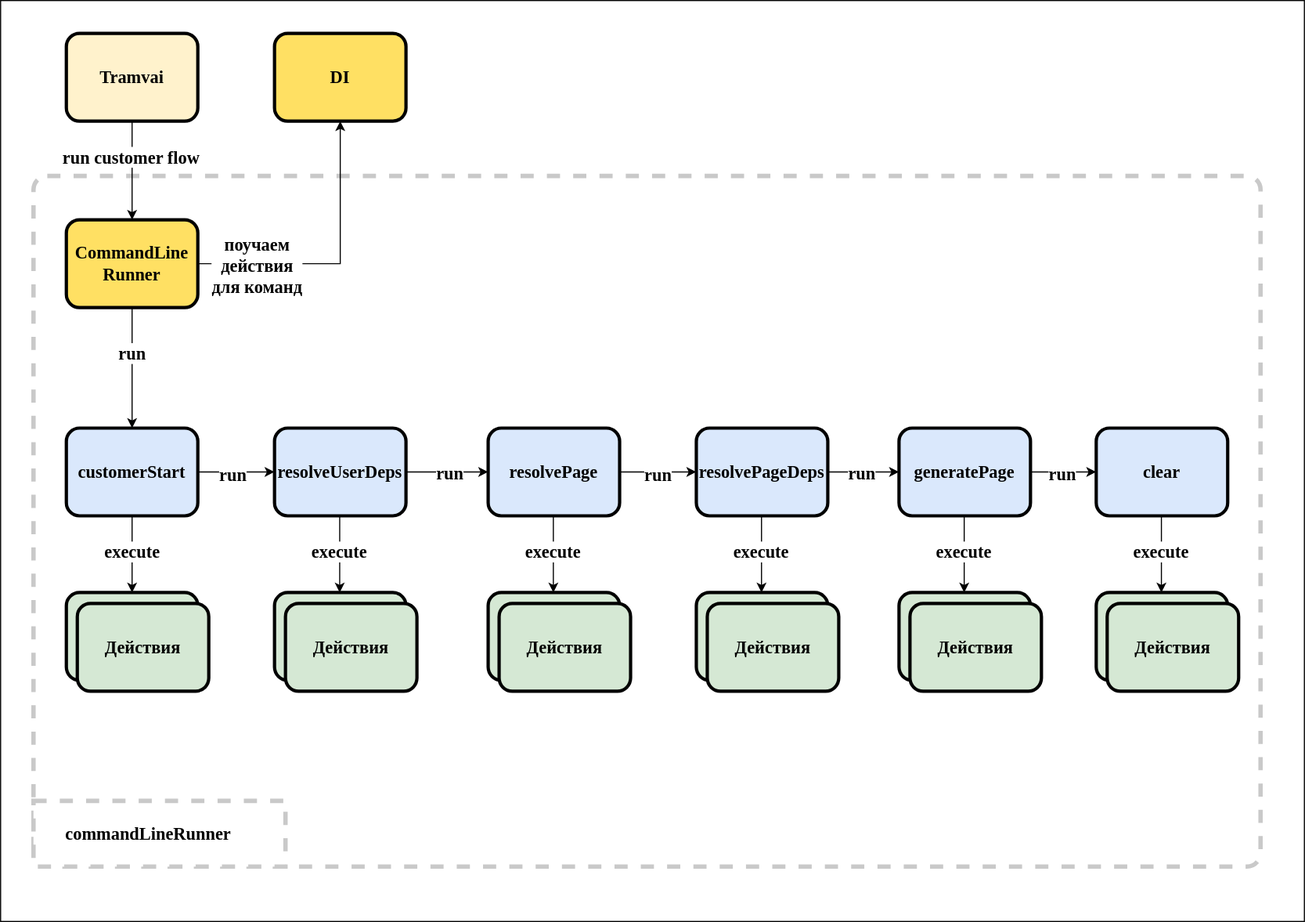
Before: tools/docSite/static/img/commands/customer-command.drawio.svg, a diagram exported from draw.io (Tinkoff/tramvai). Source tidied: cells renumbered, new cells last; positions are measured from the earlier drawing's top-left corner, leaving out a move shared by most shapes.
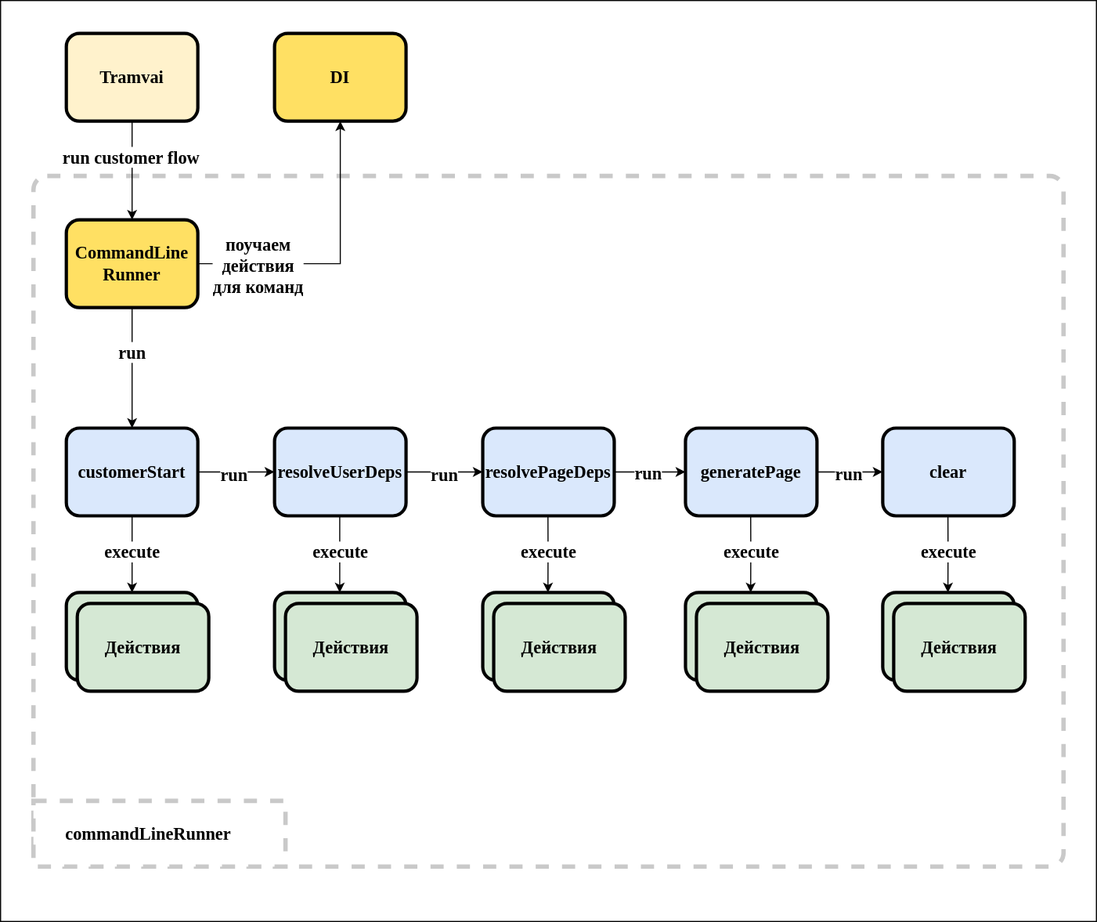
After the change.

The edit, as a diff of the source:
```diff
@@ -3,10 +3,10 @@
     <mxCell id="0" />
     <mxCell id="1" parent="0" />
     <mxCell id="2" style="rounded=0;whiteSpace=wrap;html=1;fontSize=16;fontStyle=1;fontFamily=Times New Roman;" parent="1" vertex="1">
-      <mxGeometry width="1190" height="840" as="geometry" />
+      <mxGeometry width="1000" height="840" as="geometry" />
     </mxCell>
     <mxCell id="3" style="rounded=1;whiteSpace=wrap;html=1;dashed=1;strokeWidth=4;strokeColor=#C9C9C9;arcSize=2;fontSize=16;fontStyle=1;fontFamily=Times New Roman;" parent="1" vertex="1">
-      <mxGeometry x="30" y="160" width="1120" height="630" as="geometry" />
+      <mxGeometry x="30" y="160" width="940" height="630" as="geometry" />
     </mxCell>
     <mxCell id="4" style="rounded=0;whiteSpace=wrap;html=1;dashed=1;strokeColor=#C9C9C9;strokeWidth=4;fontSize=16;fontStyle=1;fontFamily=Times New Roman;" parent="1" vertex="1">
       <mxGeometry x="30" y="730" width="230" height="60" as="geometry" />
@@ -66,24 +66,17 @@
     <mxCell id="19" value="customerStart" style="rounded=1;whiteSpace=wrap;html=1;strokeWidth=3;fontSize=16;fillColor=#dae8fc;fontStyle=1;fontFamily=Times New Roman;" parent="1" vertex="1">
       <mxGeometry x="60" y="390" width="120" height="80" as="geometry" />
     </mxCell>
-    <mxCell id="20" style="edgeStyle=orthogonalEdgeStyle;rounded=0;jettySize=auto;html=1;exitX=1;exitY=0.5;exitDx=0;exitDy=0;entryX=0;entryY=0.5;entryDx=0;entryDy=0;fontSize=16;fontColor=#000000;fontStyle=1;fontFamily=Times New Roman;" parent="1" edge="1" source="22" target="25">
-      <mxGeometry relative="1" as="geometry" />
-    </mxCell>
-    <mxCell id="21" value="run" style="edgeLabel;html=1;align=center;verticalAlign=middle;fontSize=16;fontColor=#000000;fontStyle=1;fontFamily=Times New Roman;" parent="20" vertex="1">
-      <mxGeometry x="0.05" relative="1" as="geometry" />
-    </mxCell>
     <mxCell id="22" value="resolveUserDeps" style="rounded=1;whiteSpace=wrap;html=1;strokeWidth=3;fontSize=16;fillColor=#dae8fc;fontStyle=1;fontFamily=Times New Roman;" parent="1" vertex="1">
       <mxGeometry x="250" y="390" width="120" height="80" as="geometry" />
     </mxCell>
-    <mxCell id="23" style="edgeStyle=orthogonalEdgeStyle;rounded=0;jettySize=auto;html=1;exitX=1;exitY=0.5;exitDx=0;exitDy=0;entryX=0;entryY=0.5;entryDx=0;entryDy=0;fontSize=16;fontColor=#000000;fontStyle=1;fontFamily=Times New Roman;" parent="1" edge="1" source="25" target="28">
-      <mxGeometry relative="1" as="geometry" />
+    <mxCell id="23" style="edgeStyle=orthogonalEdgeStyle;rounded=0;jettySize=auto;html=1;exitX=1;exitY=0.5;exitDx=0;exitDy=0;entryX=0;entryY=0.5;entryDx=0;entryDy=0;fontSize=16;fontColor=#000000;fontStyle=1;fontFamily=Times New Roman;" parent="1" edge="1" target="28">
+      <mxGeometry relative="1" as="geometry">
+        <mxPoint x="370" y="430" as="sourcePoint" />
+      </mxGeometry>
     </mxCell>
     <mxCell id="24" value="run" style="edgeLabel;html=1;align=center;verticalAlign=middle;fontSize=16;fontColor=#000000;fontStyle=1;fontFamily=Times New Roman;" parent="23" vertex="1">
       <mxGeometry x="-0.02" y="-2" relative="1" as="geometry" />
     </mxCell>
-    <mxCell id="25" value="resolvePage" style="rounded=1;whiteSpace=wrap;html=1;strokeWidth=3;fontSize=16;fillColor=#dae8fc;fontStyle=1;fontFamily=Times New Roman;" parent="1" vertex="1">
-      <mxGeometry x="445" y="390" width="120" height="80" as="geometry" />
-    </mxCell>
     <mxCell id="26" style="edgeStyle=orthogonalEdgeStyle;rounded=0;jettySize=auto;html=1;exitX=1;exitY=0.5;exitDx=0;exitDy=0;entryX=0;entryY=0.5;entryDx=0;entryDy=0;fontSize=16;fontColor=#000000;fontStyle=1;fontFamily=Times New Roman;" parent="1" edge="1" source="28" target="31">
       <mxGeometry relative="1" as="geometry" />
     </mxCell>
@@ -91,7 +84,7 @@
       <mxGeometry x="-0.07" relative="1" as="geometry" />
     </mxCell>
     <mxCell id="28" value="resolvePageDeps" style="rounded=1;whiteSpace=wrap;html=1;strokeWidth=3;fontSize=16;fillColor=#dae8fc;fontStyle=1;fontFamily=Times New Roman;" parent="1" vertex="1">
-      <mxGeometry x="635" y="390" width="120" height="80" as="geometry" />
+      <mxGeometry x="440" y="390" width="120" height="80" as="geometry" />
     </mxCell>
     <mxCell id="29" style="edgeStyle=orthogonalEdgeStyle;rounded=0;jettySize=auto;html=1;exitX=1;exitY=0.5;exitDx=0;exitDy=0;entryX=0;entryY=0.5;entryDx=0;entryDy=0;fontSize=16;fontColor=#000000;fontStyle=1;fontFamily=Times New Roman;" parent="1" edge="1" source="31" target="32">
       <mxGeometry relative="1" as="geometry" />
@@ -100,10 +93,10 @@
       <mxGeometry x="-0.08" y="-1" relative="1" as="geometry" />
     </mxCell>
     <mxCell id="31" value="generatePage" style="rounded=1;whiteSpace=wrap;html=1;strokeWidth=3;fontSize=16;fillColor=#dae8fc;fontStyle=1;fontFamily=Times New Roman;" parent="1" vertex="1">
-      <mxGeometry x="820" y="390" width="120" height="80" as="geometry" />
+      <mxGeometry x="625" y="390" width="120" height="80" as="geometry" />
     </mxCell>
     <mxCell id="32" value="clear" style="rounded=1;whiteSpace=wrap;html=1;strokeWidth=3;fontSize=16;fillColor=#dae8fc;fontStyle=1;fontFamily=Times New Roman;" parent="1" vertex="1">
-      <mxGeometry x="1000" y="390" width="120" height="80" as="geometry" />
+      <mxGeometry x="805" y="390" width="120" height="80" as="geometry" />
     </mxCell>
     <mxCell id="33" style="group;fontSize=16;fontStyle=1;fontFamily=Times New Roman;" parent="1" vertex="1">
       <mxGeometry x="60" y="540" width="130" height="90" as="geometry" />
@@ -124,7 +117,7 @@
       <mxGeometry x="10" y="10" width="120" height="80" as="geometry" />
     </mxCell>
     <mxCell id="39" style="group;fontSize=16;fontStyle=1;fontFamily=Times New Roman;" parent="1" vertex="1">
-      <mxGeometry x="635" y="540" width="130" height="90" as="geometry" />
+      <mxGeometry x="440" y="540" width="130" height="90" as="geometry" />
     </mxCell>
     <mxCell id="40" value="DI" style="rounded=1;whiteSpace=wrap;html=1;strokeWidth=3;fontSize=16;fillColor=#d5e8d4;fontStyle=1;fontFamily=Times New Roman;" parent="39" vertex="1">
       <mxGeometry width="120" height="80" as="geometry" />
@@ -133,7 +126,7 @@
       <mxGeometry x="10" y="10" width="120" height="80" as="geometry" />
     </mxCell>
     <mxCell id="42" style="group;fontSize=16;fontStyle=1;fontFamily=Times New Roman;" parent="1" vertex="1">
-      <mxGeometry x="820" y="540" width="130" height="90" as="geometry" />
+      <mxGeometry x="625" y="540" width="130" height="90" as="geometry" />
     </mxCell>
     <mxCell id="43" value="DI" style="rounded=1;whiteSpace=wrap;html=1;strokeWidth=3;fontSize=16;fillColor=#d5e8d4;fontStyle=1;fontFamily=Times New Roman;" parent="42" vertex="1">
       <mxGeometry width="120" height="80" as="geometry" />
@@ -142,7 +135,7 @@
       <mxGeometry x="10" y="10" width="120" height="80" as="geometry" />
     </mxCell>
     <mxCell id="45" style="group;fontSize=16;fontStyle=1;fontFamily=Times New Roman;" parent="1" vertex="1">
-      <mxGeometry x="1000" y="540" width="130" height="90" as="geometry" />
+      <mxGeometry x="805" y="540" width="130" height="90" as="geometry" />
     </mxCell>
     <mxCell id="46" value="DI" style="rounded=1;whiteSpace=wrap;html=1;strokeWidth=3;fontSize=16;fillColor=#d5e8d4;fontStyle=1;fontFamily=Times New Roman;" parent="45" vertex="1">
       <mxGeometry width="120" height="80" as="geometry" />
@@ -150,38 +143,16 @@
     <mxCell id="47" value="Действия" style="rounded=1;whiteSpace=wrap;html=1;strokeWidth=3;fontSize=16;fillColor=#d5e8d4;fontStyle=1;fontFamily=Times New Roman;" parent="45" vertex="1">
       <mxGeometry x="10" y="10" width="120" height="80" as="geometry" />
     </mxCell>
-    <mxCell id="48" style="group;fontSize=16;fontStyle=1;fontFamily=Times New Roman;" parent="1" vertex="1">
-      <mxGeometry x="445" y="540" width="130" height="90" as="geometry" />
-    </mxCell>
-    <mxCell id="49" value="DI" style="rounded=1;whiteSpace=wrap;html=1;strokeWidth=3;fontSize=16;fillColor=#d5e8d4;fontStyle=1;fontFamily=Times New Roman;" parent="48" vertex="1">
-      <mxGeometry width="120" height="80" as="geometry" />
-    </mxCell>
-    <mxCell id="50" value="Действия" style="rounded=1;whiteSpace=wrap;html=1;strokeWidth=3;fontSize=16;fillColor=#d5e8d4;fontStyle=1;fontFamily=Times New Roman;" parent="48" vertex="1">
-      <mxGeometry x="10" y="10" width="120" height="80" as="geometry" />
-    </mxCell>
     <mxCell id="51" style="edgeStyle=orthogonalEdgeStyle;rounded=0;orthogonalLoop=1;jettySize=auto;html=1;exitX=0.5;exitY=1;exitDx=0;exitDy=0;fontSize=16;fontColor=#000000;fontStyle=1;fontFamily=Times New Roman;" parent="1" edge="1" source="22" target="22">
       <mxGeometry relative="1" as="geometry" />
     </mxCell>
-    <mxCell id="52" style="edgeStyle=orthogonalEdgeStyle;rounded=0;orthogonalLoop=1;jettySize=auto;html=1;exitX=0.5;exitY=1;exitDx=0;exitDy=0;entryX=0.5;entryY=0;entryDx=0;entryDy=0;fontSize=16;fontColor=#000000;fontStyle=1;fontFamily=Times New Roman;" parent="1" edge="1">
-      <mxGeometry relative="1" as="geometry">
-        <mxPoint x="504.5" y="470" as="sourcePoint" />
-        <mxPoint x="504.5" y="540" as="targetPoint" />
-        <Array as="points">
-          <mxPoint x="504.5" y="500" />
-          <mxPoint x="504.5" y="500" />
-        </Array>
-      </mxGeometry>
-    </mxCell>
-    <mxCell id="53" value="execute" style="edgeLabel;html=1;align=center;verticalAlign=middle;fontSize=16;fontColor=#000000;fontStyle=1;fontFamily=Times New Roman;" parent="52" vertex="1">
-      <mxGeometry x="-0.1" y="-1" relative="1" as="geometry" />
-    </mxCell>
     <mxCell id="54" style="edgeStyle=orthogonalEdgeStyle;rounded=0;orthogonalLoop=1;jettySize=auto;html=1;exitX=0.5;exitY=1;exitDx=0;exitDy=0;entryX=0.5;entryY=0;entryDx=0;entryDy=0;fontSize=16;fontColor=#000000;fontStyle=1;fontFamily=Times New Roman;" parent="1" edge="1">
       <mxGeometry relative="1" as="geometry">
-        <mxPoint x="694.5" y="470" as="sourcePoint" />
-        <mxPoint x="694.5" y="540" as="targetPoint" />
+        <mxPoint x="499.5" y="470" as="sourcePoint" />
+        <mxPoint x="499.5" y="540" as="targetPoint" />
         <Array as="points">
-          <mxPoint x="694.5" y="500" />
-          <mxPoint x="694.5" y="500" />
+          <mxPoint x="499.5" y="500" />
+          <mxPoint x="499.5" y="500" />
         </Array>
       </mxGeometry>
     </mxCell>
@@ -190,11 +161,11 @@
     </mxCell>
     <mxCell id="56" style="edgeStyle=orthogonalEdgeStyle;rounded=0;orthogonalLoop=1;jettySize=auto;html=1;exitX=0.5;exitY=1;exitDx=0;exitDy=0;entryX=0.5;entryY=0;entryDx=0;entryDy=0;fontSize=16;fontColor=#000000;fontStyle=1;fontFamily=Times New Roman;" parent="1" edge="1">
       <mxGeometry relative="1" as="geometry">
-        <mxPoint x="879.5" y="470" as="sourcePoint" />
-        <mxPoint x="879.5" y="540" as="targetPoint" />
+        <mxPoint x="684.5" y="470" as="sourcePoint" />
+        <mxPoint x="684.5" y="540" as="targetPoint" />
         <Array as="points">
-          <mxPoint x="879.5" y="500" />
-          <mxPoint x="879.5" y="500" />
+          <mxPoint x="684.5" y="500" />
+          <mxPoint x="684.5" y="500" />
         </Array>
       </mxGeometry>
     </mxCell>
@@ -203,11 +174,11 @@
     </mxCell>
     <mxCell id="58" style="edgeStyle=orthogonalEdgeStyle;rounded=0;orthogonalLoop=1;jettySize=auto;html=1;exitX=0.5;exitY=1;exitDx=0;exitDy=0;entryX=0.5;entryY=0;entryDx=0;entryDy=0;fontSize=16;fontColor=#000000;fontStyle=1;fontFamily=Times New Roman;" parent="1" edge="1">
       <mxGeometry relative="1" as="geometry">
-        <mxPoint x="1059.5" y="470" as="sourcePoint" />
-        <mxPoint x="1059.5" y="540" as="targetPoint" />
+        <mxPoint x="864.5" y="470" as="sourcePoint" />
+        <mxPoint x="864.5" y="540" as="targetPoint" />
         <Array as="points">
-          <mxPoint x="1059.5" y="500" />
-          <mxPoint x="1059.5" y="500" />
+          <mxPoint x="864.5" y="500" />
+          <mxPoint x="864.5" y="500" />
         </Array>
       </mxGeometry>
     </mxCell>
```
